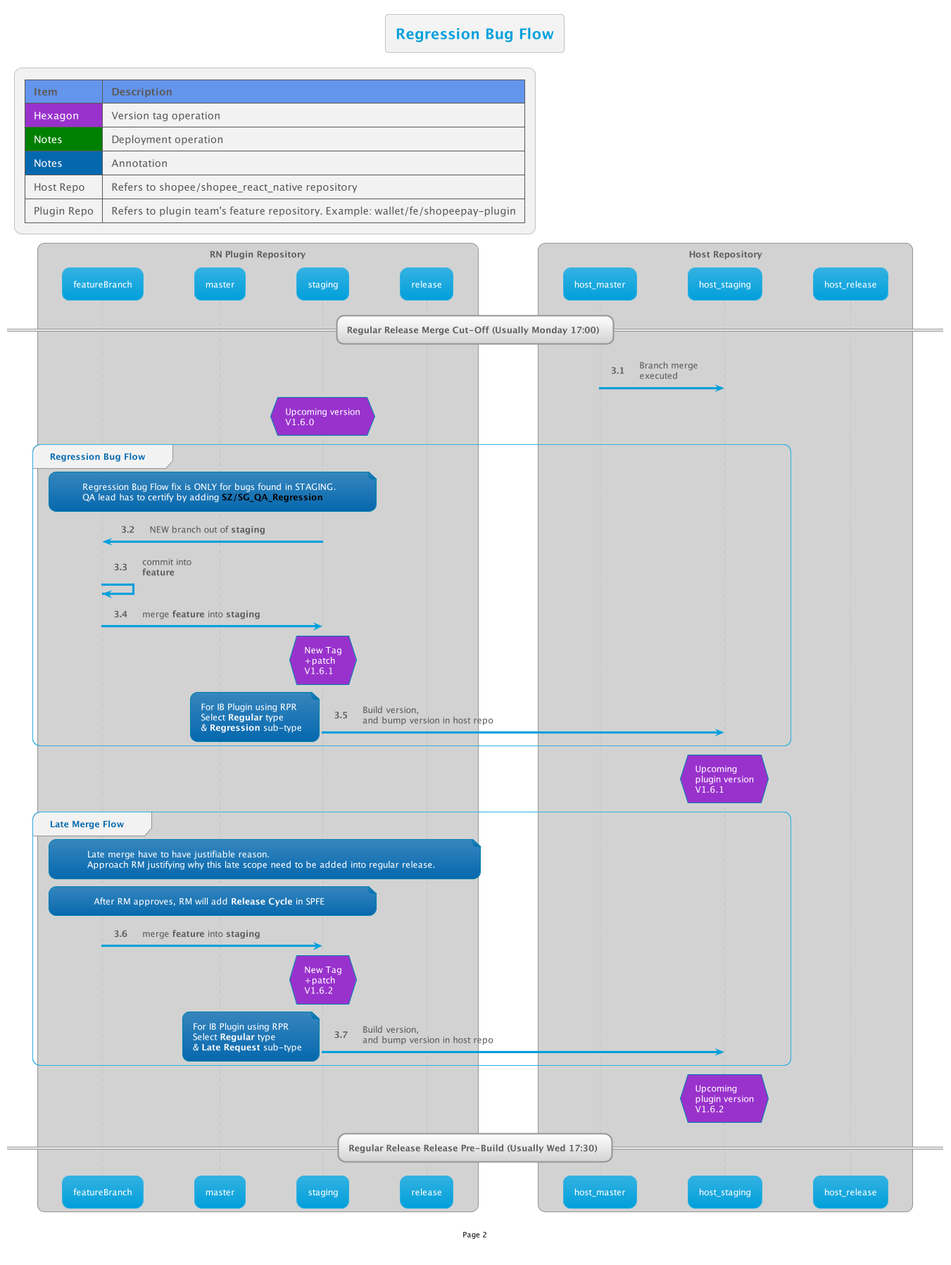
The PlantUML diagram out/RNReview/CodeMergeFlow/2/2.png in thetomitomo/diagrams, before a commit.
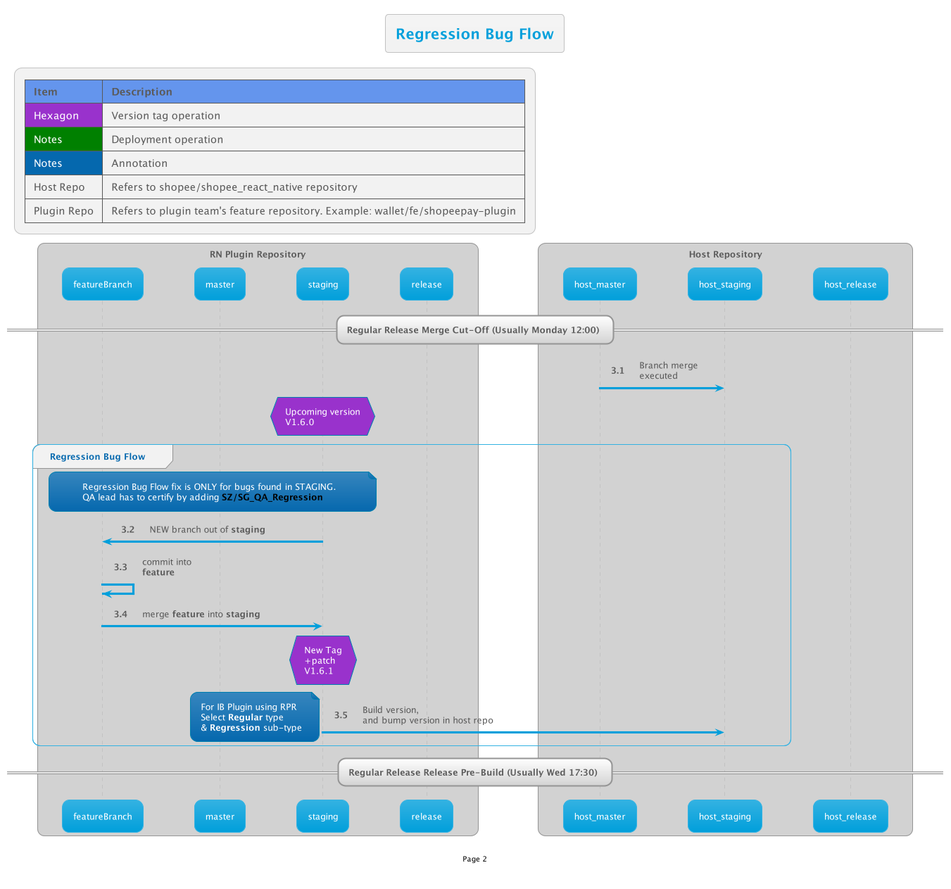
Later version of the same file.

Commit message:
code merge flow update

What changed in the source:
```diff
@@ -5,7 +5,7 @@
 
 title Regression Bug Flow
 
-== Regular Release Merge Cut-Off (Usually Monday 17:00) ==
+== Regular Release Merge Cut-Off (Usually Monday 12:00) ==
 
 host_master -> host_staging: Branch merge\nexecuted
 
@@ -25,23 +25,6 @@
     end note
 end
 
-hnote over host_staging #DarkOrchid: Upcoming\nplugin version\nV1.6.1
-
-group Late Merge Flow
-    note over FB, release : Late merge have to have justifiable reason.\nApproach RM justifying why this late scope need to be added into regular release.
-    note over FB, staging : After RM approves, RM will add <b>Release Cycle</b> in SPFE
-    FB -> staging: merge <b>feature</b> into <b>staging</b>
-    hnote over staging #DarkOrchid:New Tag\n+patch\nV1.6.2
-    staging -> host_staging: Build version,\nand bump version in host repo
-    note left
-        For IB Plugin using RPR
-        Select **Regular** type
-        & **Late Request** sub-type
-    end note
-end
-
-hnote over host_staging #DarkOrchid: Upcoming\nplugin version\nV1.6.2
-
 == Regular Release Release Pre-Build (Usually Wed 17:30) ==
 
 @enduml
```
